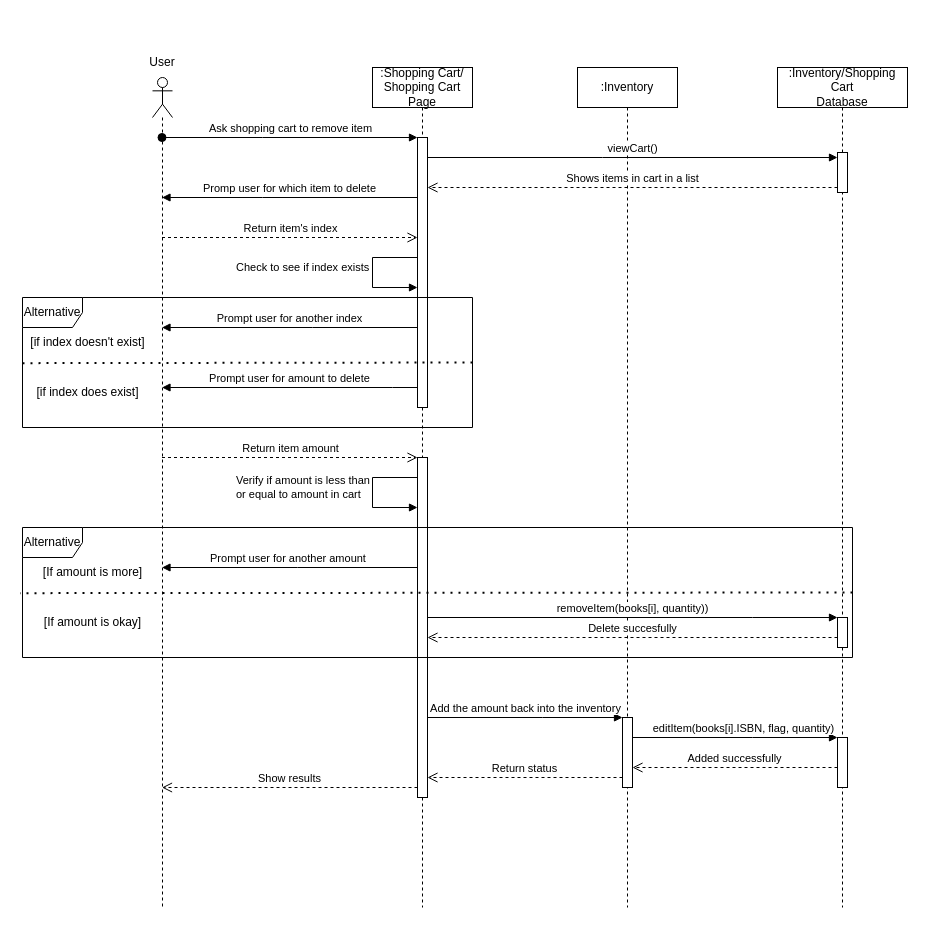
Above: Remove Item (Shopping Cart) Sequence Diagram.drawio in adl409/SE-project-Group-5 (draw.io), before the change. Source tidied: cells renumbered, new cells numbered last; positions are measured from the earlier drawing's top-left corner, leaving out a move shared by most shapes. Both pictures are drawn from the tidied source at 100%, with x=0, y=0 at pixel (17, 47).
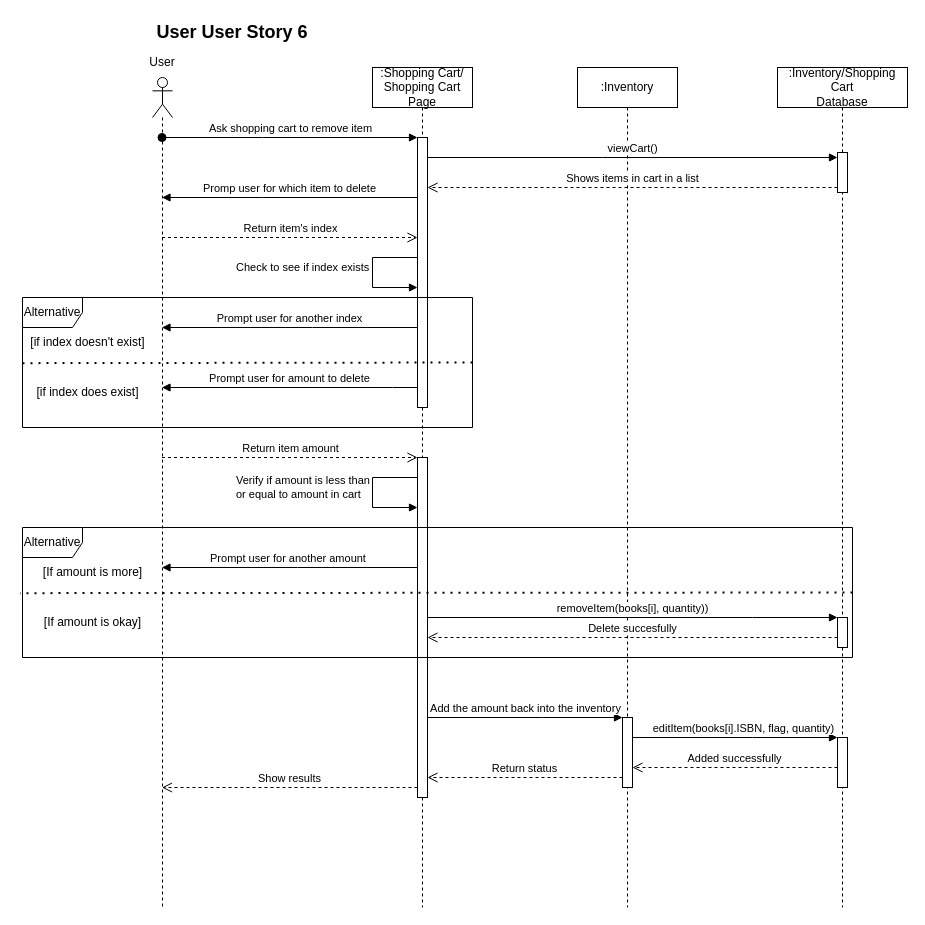
The same diagram, later.

What changed in the source:
```diff
@@
+    <mxCell id="39" value="&lt;span style=&quot;font-size: 18px;&quot;&gt;&lt;b&gt;User User Story 6&lt;/b&gt;&lt;/span&gt;" style="text;strokeColor=none;align=center;fillColor=none;html=1;verticalAlign=middle;whiteSpace=wrap;rounded=0;" parent="1" vertex="1">
+      <mxGeometry x="120" y="-30" width="190" height="30" as="geometry" />
+    </mxCell>
```
